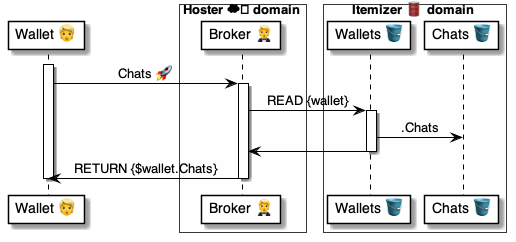
The PlantUML diagram 4 ⚙️ Solution/20 🧑‍🦰 UI/Brokers 🤵/🤵🅰️ Broker methods/Chats 💬 Introduced 🔎🐌🤵/🤵 Introduced ⚙️ uml.png in pollyweb-org/pollyweb-docs, before a commit. Its source is kept beside it as 4 ⚙️ Solution/20 🧑‍🦰 UI/Brokers 🤵/🤵🅰️ Broker methods/Chats 💬 Introduced 🔎🐌🤵/🤵 Introduced ⚙️ uml.puml.
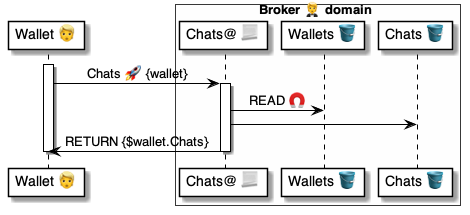
After the change.

Diff of the diagram source:
```diff
@@ -3,24 +3,18 @@
 
 participant "Wallet 👱" as wallet
 
-box Hoster ☁️ domain #FFFFFA
-    participant "Broker 🤵" as broker
-end box
-box Itemizer 🛢 domain #FFFFFA
+box Broker 🤵 domain #FFFFFA
+    participant "Chats@ 📃" as broker
     participant "Wallets 🪣" as wallets
     participant "Chats 🪣" as chats
 end box
 
 activate wallet
-wallet -> broker: Chats 🚀
+wallet -> broker: Chats 🚀 {wallet}
 
     activate broker
-        broker -> wallets: READ {wallet}
-
-        activate wallets
-        wallets -> chats: .Chats
-        wallets -> broker:
-        deactivate wallets
+        broker -> wallets: READ 🧲
+        broker -> chats:
 
         broker -> wallet: RETURN {$wallet.Chats}
     deactivate broker
```
